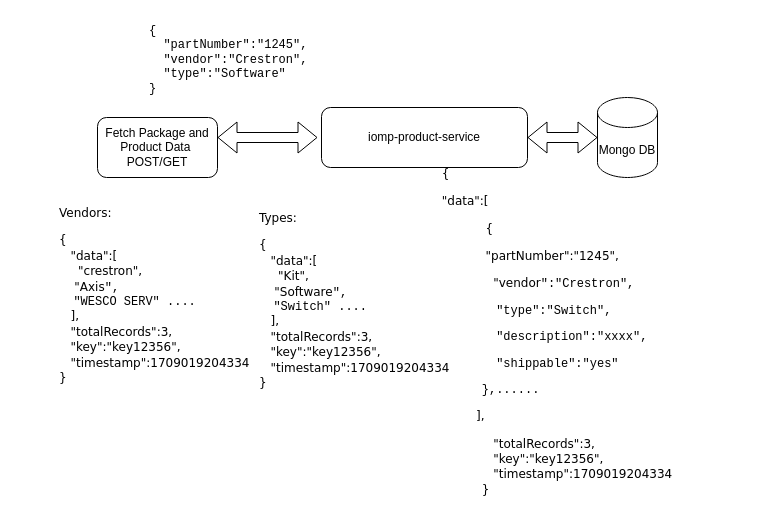
Before: Orders Configurations.drawio in wesco-chandanabuduru/common-entities, a draw.io diagram. Source tidied: cells renumbered, new cells numbered last; positions are measured from the earlier drawing's top-left corner, leaving out a move shared by most shapes. Both pictures are drawn from the tidied source at 100%, with x=0, y=0 at pixel (17, 17).
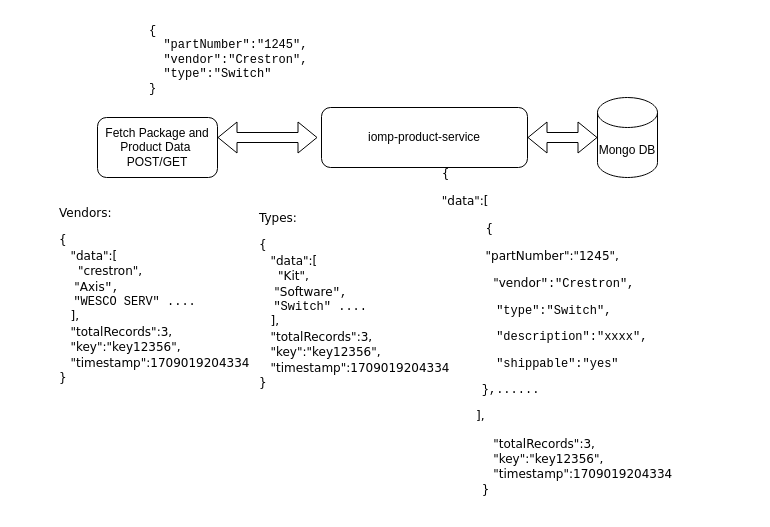
Above is the later version.

Change to the diagram source:
```diff
@@
 <mxGraphModel>
   <root>
     <mxCell id="0" />
     <mxCell id="1" parent="0" />
     <mxCell id="2" value="Fetch Package and Product Data&amp;nbsp;&lt;div&gt;POST/GET&lt;/div&gt;" style="rounded=1;whiteSpace=wrap;html=1;" parent="1" vertex="1">
       <mxGeometry x="80" y="100" width="120" height="60" as="geometry" />
     </mxCell>
     <mxCell id="3" style="rounded=1;whiteSpace=wrap;html=1;" parent="1" vertex="1">
       <mxGeometry x="304" y="90" width="206" height="60" as="geometry" />
     </mxCell>
     <mxCell id="4" value="iomp-product-service" style="text;html=1;align=center;verticalAlign=middle;whiteSpace=wrap;rounded=0;" parent="1" vertex="1">
       <mxGeometry x="337" y="107.5" width="140" height="25" as="geometry" />
     </mxCell>
     <mxCell id="5" style="shape=flexArrow;endArrow=classic;startArrow=classic;html=1;rounded=0;" parent="1" edge="1">
       <mxGeometry relative="1" as="geometry">
         <mxPoint x="200" y="120" as="sourcePoint" />
         <mxPoint x="300" y="120" as="targetPoint" />
       </mxGeometry>
     </mxCell>
     <mxCell id="6" style="shape=flexArrow;endArrow=classic;startArrow=classic;html=1;rounded=0;" parent="1" edge="1">
       <mxGeometry relative="1" as="geometry">
         <mxPoint x="510" y="120" as="sourcePoint" />
         <mxPoint x="580" y="120" as="targetPoint" />
       </mxGeometry>
     </mxCell>
     <mxCell id="7" value="Mongo DB" style="shape=cylinder3;whiteSpace=wrap;html=1;boundedLbl=1;backgroundOutline=1;size=15;" parent="1" vertex="1">
       <mxGeometry x="580" y="80" width="60" height="80" as="geometry" />
     </mxCell>
-    <mxCell id="8" value="&lt;pre style=&quot;margin-top: 0px;&quot;&gt;{&lt;br&gt;  &quot;partNumber&quot;:&quot;1245&quot;,&lt;br&gt;  &quot;vendor&quot;:&quot;Crestron&quot;,&lt;br&gt;  &quot;type&quot;:&quot;Software&quot;&lt;br&gt;}&lt;/pre&gt;" style="text;html=1;whiteSpace=wrap;overflow=hidden;rounded=0;align=left;" parent="1" vertex="1">
+    <mxCell id="8" value="&lt;pre style=&quot;margin-top: 0px;&quot;&gt;{&lt;br&gt;  &quot;partNumber&quot;:&quot;1245&quot;,&lt;br&gt;  &quot;vendor&quot;:&quot;Crestron&quot;,&lt;br&gt;  &quot;type&quot;:&quot;Switch&quot;&lt;br&gt;}&lt;/pre&gt;" style="text;html=1;whiteSpace=wrap;overflow=hidden;rounded=0;align=left;" parent="1" vertex="1">
       <mxGeometry x="130" width="280" height="80" as="geometry" />
     </mxCell>
     <mxCell id="9" value="&lt;pre style=&quot;margin-top: 0px;&quot;&gt;&lt;pre&gt;&lt;blockquote&gt;&lt;font face=&quot;Verdana&quot;&gt;Vendors:&lt;/font&gt;&lt;/blockquote&gt;&lt;blockquote&gt;&lt;font face=&quot;Verdana&quot;&gt;{&lt;br&gt;&lt;/font&gt;&lt;font face=&quot;Verdana&quot;&gt;   &quot;data&quot;:[&lt;br&gt;&lt;/font&gt;&lt;font face=&quot;Verdana&quot;&gt;     &quot;crestron&quot;,&lt;br&gt;&lt;/font&gt;&lt;font face=&quot;Verdana&quot;&gt;    &quot;Axis&lt;/font&gt;&quot;,&lt;br&gt;  &quot;WESCO SERV&quot; ....&lt;br&gt;&lt;font face=&quot;Verdana&quot;&gt;   ],&lt;br&gt;&lt;/font&gt;&lt;font face=&quot;Verdana&quot;&gt;   &quot;totalRecords&quot;:3,&lt;br&gt;&lt;/font&gt;&lt;font face=&quot;Verdana&quot;&gt;   &quot;key&quot;:&quot;key12356&quot;,&lt;br&gt;&lt;/font&gt;&lt;font face=&quot;Verdana&quot;&gt;   &quot;timestamp&quot;:1709019204334&lt;br&gt;&lt;/font&gt;&lt;font face=&quot;Verdana&quot;&gt;}&lt;/font&gt;&lt;/blockquote&gt;&lt;/pre&gt;&lt;/pre&gt;" style="text;html=1;whiteSpace=wrap;overflow=hidden;rounded=0;align=left;" parent="1" vertex="1">
       <mxGeometry y="170" width="250" height="220" as="geometry" />
     </mxCell>
     <mxCell id="10" value="&lt;pre style=&quot;margin-top: 0px;&quot;&gt;&lt;pre&gt;&lt;blockquote&gt;&lt;font face=&quot;Verdana&quot;&gt;Types:&lt;/font&gt;&lt;/blockquote&gt;&lt;blockquote&gt;&lt;font face=&quot;Verdana&quot;&gt;{&lt;br&gt;&lt;/font&gt;&lt;font face=&quot;Verdana&quot;&gt;   &quot;data&quot;:[&lt;br&gt;&lt;/font&gt;&lt;font face=&quot;Verdana&quot;&gt;     &quot;Kit&quot;,&lt;br&gt;&lt;/font&gt;&lt;font face=&quot;Verdana&quot;&gt;    &quot;Software&lt;/font&gt;&quot;,&lt;br&gt;  &quot;Switch&quot; ....&lt;br&gt;&lt;font face=&quot;Verdana&quot;&gt;   ],&lt;br&gt;&lt;/font&gt;&lt;font face=&quot;Verdana&quot;&gt;   &quot;totalRecords&quot;:3,&lt;br&gt;&lt;/font&gt;&lt;font face=&quot;Verdana&quot;&gt;   &quot;key&quot;:&quot;key12356&quot;,&lt;br&gt;&lt;/font&gt;&lt;font face=&quot;Verdana&quot;&gt;   &quot;timestamp&quot;:1709019204334&lt;br&gt;&lt;/font&gt;&lt;font face=&quot;Verdana&quot;&gt;}&lt;/font&gt;&lt;/blockquote&gt;&lt;/pre&gt;&lt;/pre&gt;" style="text;html=1;whiteSpace=wrap;overflow=hidden;rounded=0;align=left;" parent="1" vertex="1">
       <mxGeometry x="200" y="175" width="250" height="195" as="geometry" />
     </mxCell>
     <mxCell id="11" value="&lt;pre style=&quot;text-align: left;&quot;&gt;&lt;blockquote&gt;&lt;span style=&quot;font-family: Verdana; background-color: initial; white-space: normal;&quot;&gt;{&lt;/span&gt;&lt;/blockquote&gt;&lt;blockquote&gt;&lt;font face=&quot;Verdana&quot;&gt;&quot;data&quot;:[&lt;/font&gt;&lt;/blockquote&gt;&lt;/pre&gt;&lt;blockquote style=&quot;margin: 0 0 0 40px; border: none; padding: 0px;&quot;&gt;&lt;pre style=&quot;text-align: left;&quot;&gt;&lt;blockquote&gt;&lt;font face=&quot;Verdana&quot;&gt; { &lt;/font&gt;&lt;span style=&quot;font-family: Verdana; background-color: initial; white-space: normal;&quot;&gt;&amp;nbsp; &amp;nbsp; &amp;nbsp; &amp;nbsp;&amp;nbsp;&lt;/span&gt;&lt;/blockquote&gt;&lt;blockquote&gt;&lt;span style=&quot;font-family: Verdana; background-color: initial; white-space: normal;&quot;&gt;&amp;nbsp;&quot;partNumber&quot;:&quot;1245&quot;,&lt;/span&gt;&lt;/blockquote&gt;&lt;/pre&gt;&lt;pre style=&quot;text-align: left;&quot;&gt;&lt;blockquote&gt;&lt;font face=&quot;Verdana&quot;&gt;   &quot;vendor&lt;/font&gt;&quot;:&quot;Crestron&quot;,&lt;/blockquote&gt;&lt;/pre&gt;&lt;pre style=&quot;text-align: left;&quot;&gt;&lt;blockquote&gt;  &quot;type&quot;:&quot;Switch&quot;,&lt;/blockquote&gt;&lt;/pre&gt;&lt;pre style=&quot;text-align: left;&quot;&gt;&lt;blockquote&gt;  &quot;description&quot;:&quot;xxxx&quot;,&lt;/blockquote&gt;&lt;/pre&gt;&lt;pre style=&quot;text-align: left;&quot;&gt;&lt;blockquote&gt;  &quot;shippable&quot;:&quot;yes&quot;&lt;/blockquote&gt;&lt;/pre&gt;&lt;pre style=&quot;text-align: left;&quot;&gt;&lt;blockquote&gt;},......&lt;/blockquote&gt;&lt;/pre&gt;&lt;/blockquote&gt;&lt;pre style=&quot;text-align: left;&quot;&gt;&lt;blockquote&gt;&lt;font face=&quot;Verdana&quot;&gt;         ],&lt;br&gt;&lt;/font&gt;&lt;blockquote&gt;&lt;font face=&quot;Verdana&quot;&gt;   &quot;totalRecords&quot;:3,&lt;br&gt;&lt;/font&gt;&lt;font face=&quot;Verdana&quot;&gt;   &quot;key&quot;:&quot;key12356&quot;,&lt;br&gt;&lt;/font&gt;&lt;font face=&quot;Verdana&quot;&gt;   &quot;timestamp&quot;:1709019204334&lt;br&gt;&lt;/font&gt;&lt;font face=&quot;Verdana&quot;&gt;}&lt;/font&gt;&lt;/blockquote&gt;&lt;/blockquote&gt;&lt;/pre&gt;" style="text;html=1;align=center;verticalAlign=middle;whiteSpace=wrap;rounded=0;" parent="1" vertex="1">
       <mxGeometry x="440" y="220" width="240" height="190" as="geometry" />
     </mxCell>
   </root>
 </mxGraphModel>
```
